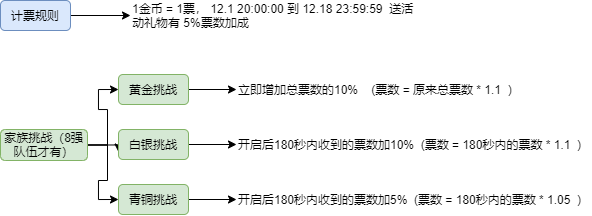
171437912/drawfiles keeps this draw.io diagram as 顽皮-年度活动.png. Above is the earlier version. Source tidied: cells renumbered, new cells last; positions are measured from the earlier drawing's top-left corner, leaving out a move shared by most shapes. Source of this version:
```xml
<mxGraphModel>
  <root>
    <mxCell id="0" />
    <mxCell id="1" parent="0" />
    <mxCell id="2" style="edgeStyle=orthogonalEdgeStyle;rounded=0;jettySize=auto;html=1;exitX=1;exitY=0.5;exitDx=0;exitDy=0;entryX=0;entryY=0.75;entryDx=0;entryDy=0;" parent="1" edge="1" source="5" target="12">
      <mxGeometry relative="1" as="geometry" />
    </mxCell>
    <mxCell id="3" style="edgeStyle=orthogonalEdgeStyle;rounded=0;jettySize=auto;html=1;exitX=1;exitY=0.5;exitDx=0;exitDy=0;entryX=0;entryY=0.5;entryDx=0;entryDy=0;" parent="1" edge="1" source="5" target="10">
      <mxGeometry relative="1" as="geometry" />
    </mxCell>
    <mxCell id="4" style="edgeStyle=orthogonalEdgeStyle;rounded=0;jettySize=auto;html=1;exitX=1;exitY=0.5;exitDx=0;exitDy=0;entryX=0;entryY=0.5;entryDx=0;entryDy=0;" parent="1" edge="1" source="5" target="14">
      <mxGeometry relative="1" as="geometry" />
    </mxCell>
    <mxCell id="5" value="家族挑战（8强队伍才有）" style="rounded=1;whiteSpace=wrap;html=1;fillColor=#d5e8d4;strokeColor=#82b366;" parent="1" vertex="1">
      <mxGeometry y="129" width="87" height="31" as="geometry" />
    </mxCell>
    <mxCell id="6" style="edgeStyle=orthogonalEdgeStyle;rounded=0;jettySize=auto;html=1;exitX=1;exitY=0.5;exitDx=0;exitDy=0;entryX=0;entryY=0.5;entryDx=0;entryDy=0;" parent="1" edge="1" source="7" target="8">
      <mxGeometry relative="1" as="geometry" />
    </mxCell>
    <mxCell id="7" value="计票规则" style="rounded=1;whiteSpace=wrap;html=1;fillColor=#dae8fc;strokeColor=#6c8ebf;" parent="1" vertex="1">
      <mxGeometry width="70" height="30" as="geometry" />
    </mxCell>
    <mxCell id="8" value="1金币 = 1票， 12.1 20:00:00 到 12.18 23:59:59&amp;nbsp; 送活动礼物有 5%票数加成" style="text;html=1;strokeColor=none;fillColor=none;align=left;verticalAlign=middle;whiteSpace=wrap;rounded=0;" parent="1" vertex="1">
      <mxGeometry x="130" width="292" height="30" as="geometry" />
    </mxCell>
    <mxCell id="9" style="edgeStyle=orthogonalEdgeStyle;rounded=0;jettySize=auto;html=1;exitX=1;exitY=0.5;exitDx=0;exitDy=0;entryX=0;entryY=0.5;entryDx=0;entryDy=0;" parent="1" edge="1" source="10" target="15">
      <mxGeometry relative="1" as="geometry" />
    </mxCell>
    <mxCell id="10" value="黄金挑战" style="rounded=1;whiteSpace=wrap;html=1;fillColor=#d5e8d4;strokeColor=#82b366;" parent="1" vertex="1">
      <mxGeometry x="118" y="74" width="70" height="30" as="geometry" />
    </mxCell>
    <mxCell id="11" style="edgeStyle=orthogonalEdgeStyle;rounded=0;jettySize=auto;html=1;exitX=1;exitY=0.5;exitDx=0;exitDy=0;entryX=0;entryY=0.5;entryDx=0;entryDy=0;" parent="1" edge="1" source="12" target="16">
      <mxGeometry relative="1" as="geometry" />
    </mxCell>
    <mxCell id="12" value="白银挑战" style="rounded=1;whiteSpace=wrap;html=1;fillColor=#d5e8d4;strokeColor=#82b366;" parent="1" vertex="1">
      <mxGeometry x="118" y="129" width="70" height="30" as="geometry" />
    </mxCell>
    <mxCell id="13" style="edgeStyle=orthogonalEdgeStyle;rounded=0;jettySize=auto;html=1;exitX=1;exitY=0.5;exitDx=0;exitDy=0;entryX=0;entryY=0.5;entryDx=0;entryDy=0;" parent="1" edge="1" source="14" target="17">
      <mxGeometry relative="1" as="geometry" />
    </mxCell>
    <mxCell id="14" value="青铜挑战" style="rounded=1;whiteSpace=wrap;html=1;fillColor=#d5e8d4;strokeColor=#82b366;" parent="1" vertex="1">
      <mxGeometry x="118" y="184" width="70" height="30" as="geometry" />
    </mxCell>
    <mxCell id="15" value="立即增加总票数的10%&amp;nbsp; &amp;nbsp; (票数 = 原来总票数 * 1.1&amp;nbsp; )" style="text;html=1;strokeColor=none;fillColor=none;align=left;verticalAlign=middle;whiteSpace=wrap;rounded=0;" parent="1" vertex="1">
      <mxGeometry x="236" y="74" width="293" height="30" as="geometry" />
    </mxCell>
    <mxCell id="16" value="开启后180秒内收到的票数加10%&amp;nbsp; (票数 = 180秒内的票数 * 1.1&amp;nbsp; )" style="text;html=1;strokeColor=none;fillColor=none;align=left;verticalAlign=middle;whiteSpace=wrap;rounded=0;" parent="1" vertex="1">
      <mxGeometry x="236" y="129" width="354" height="30" as="geometry" />
    </mxCell>
    <mxCell id="17" value="开启后180秒内收到的票数加5%&amp;nbsp; (票数 = 180秒内的票数 * 1.05&amp;nbsp; )" style="text;html=1;strokeColor=none;fillColor=none;align=left;verticalAlign=middle;whiteSpace=wrap;rounded=0;" parent="1" vertex="1">
      <mxGeometry x="236" y="184" width="352" height="30" as="geometry" />
    </mxCell>
  </root>
</mxGraphModel>
```
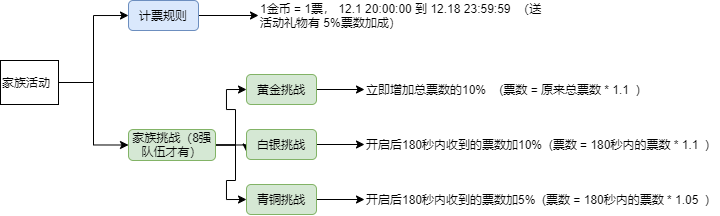
After the commit.

Commit message:
更新顽皮-年度活动.png

Diff of the diagram source:
```diff
@@ -20,7 +20,7 @@
     <mxCell id="7" value="计票规则" style="rounded=1;whiteSpace=wrap;html=1;fillColor=#dae8fc;strokeColor=#6c8ebf;" parent="1" vertex="1">
       <mxGeometry width="70" height="30" as="geometry" />
     </mxCell>
-    <mxCell id="8" value="1金币 = 1票， 12.1 20:00:00 到 12.18 23:59:59&amp;nbsp; 送活动礼物有 5%票数加成" style="text;html=1;strokeColor=none;fillColor=none;align=left;verticalAlign=middle;whiteSpace=wrap;rounded=0;" parent="1" vertex="1">
+    <mxCell id="8" value="1金币 = 1票， 12.1 20:00:00 到 12.18 23:59:59&amp;nbsp; （送活动礼物有 5%票数加成）" style="text;html=1;strokeColor=none;fillColor=none;align=left;verticalAlign=middle;whiteSpace=wrap;rounded=0;" parent="1" vertex="1">
       <mxGeometry x="130" width="292" height="30" as="geometry" />
     </mxCell>
     <mxCell id="9" style="edgeStyle=orthogonalEdgeStyle;rounded=0;jettySize=auto;html=1;exitX=1;exitY=0.5;exitDx=0;exitDy=0;entryX=0;entryY=0.5;entryDx=0;entryDy=0;" parent="1" edge="1" source="10" target="15">
@@ -50,5 +50,14 @@
     <mxCell id="17" value="开启后180秒内收到的票数加5%&amp;nbsp; (票数 = 180秒内的票数 * 1.05&amp;nbsp; )" style="text;html=1;strokeColor=none;fillColor=none;align=left;verticalAlign=middle;whiteSpace=wrap;rounded=0;" parent="1" vertex="1">
       <mxGeometry x="236" y="184" width="352" height="30" as="geometry" />
     </mxCell>
+    <mxCell id="18" style="edgeStyle=orthogonalEdgeStyle;rounded=0;jettySize=auto;html=1;exitX=1;exitY=0.5;exitDx=0;exitDy=0;entryX=0;entryY=0.5;entryDx=0;entryDy=0;" parent="1" edge="1" source="20" target="7">
+      <mxGeometry relative="1" as="geometry" />
+    </mxCell>
+    <mxCell id="19" style="edgeStyle=orthogonalEdgeStyle;rounded=0;jettySize=auto;html=1;exitX=1;exitY=0.5;exitDx=0;exitDy=0;entryX=0;entryY=0.5;entryDx=0;entryDy=0;" parent="1" edge="1" source="20" target="5">
+      <mxGeometry relative="1" as="geometry" />
+    </mxCell>
+    <mxCell id="20" value="家族活动" style="rounded=0;whiteSpace=wrap;html=1;align=left;" parent="1" vertex="1">
+      <mxGeometry x="-128" y="60" width="58" height="44" as="geometry" />
+    </mxCell>
   </root>
 </mxGraphModel>
```
